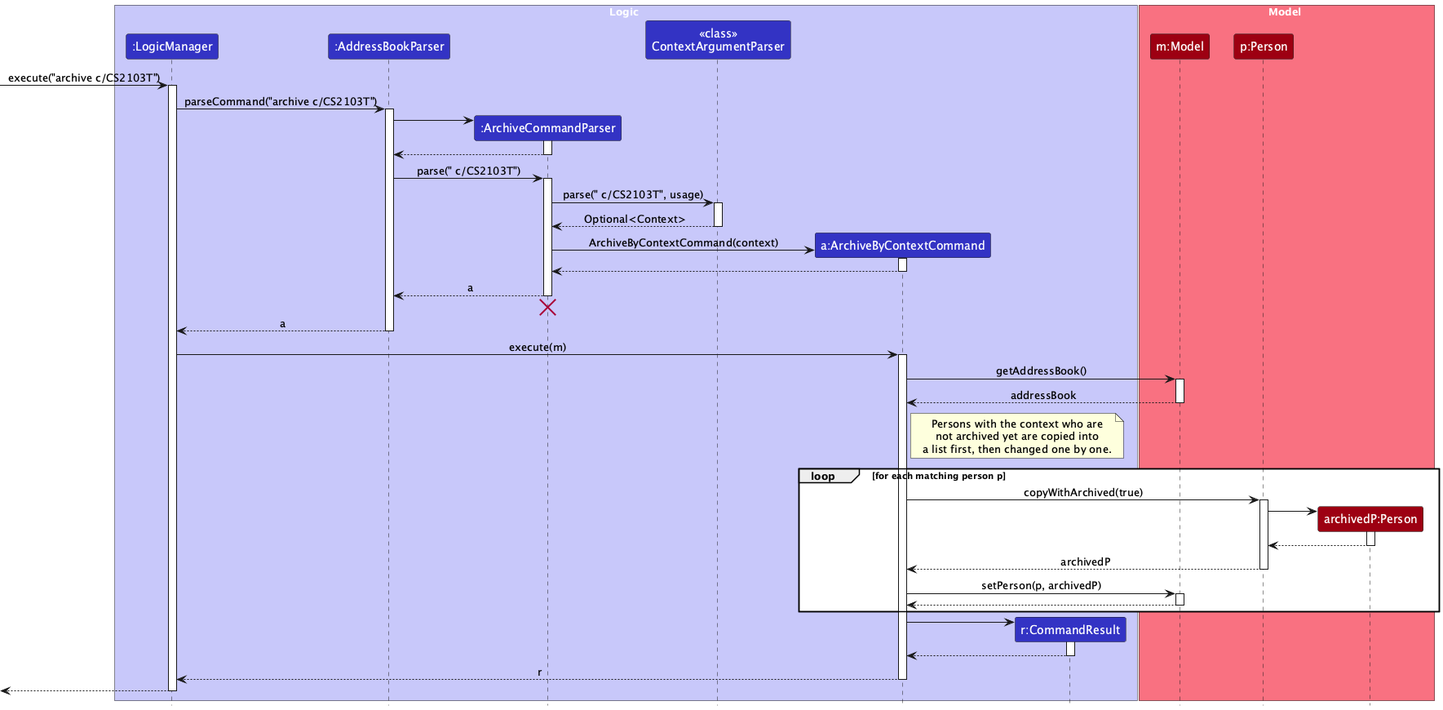
Earlier version of the PlantUML export docs/images/ArchiveByContextSequenceDiagram.png (AY2627S1-CS2103T-W10-2/tp).
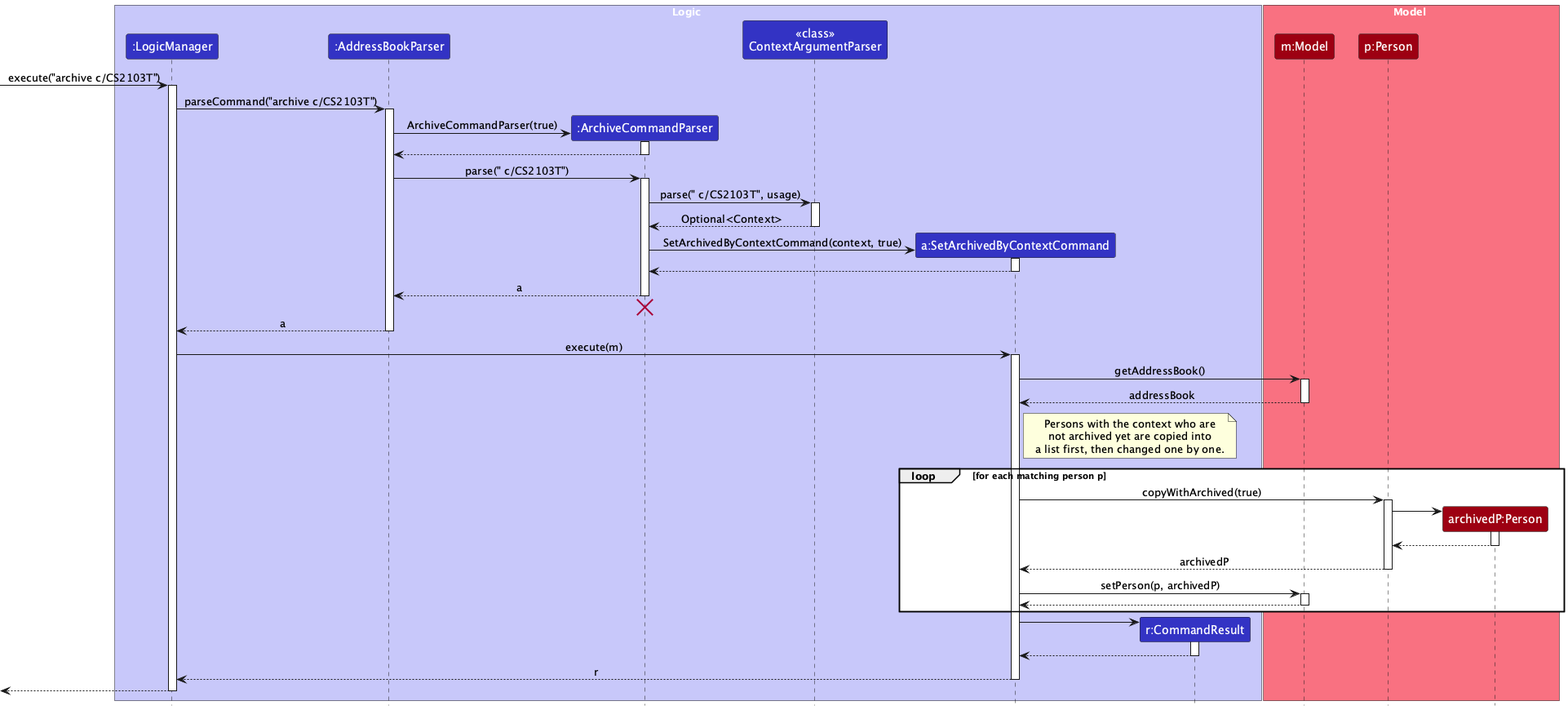
After the change.

Diff of the diagram source:
```diff
@@ -7,7 +7,7 @@
 participant ":AddressBookParser" as AddressBookParser LOGIC_COLOR
 participant ":ArchiveCommandParser" as ArchiveCommandParser LOGIC_COLOR
 participant "<<class>>\nContextArgumentParser" as ContextArgumentParser LOGIC_COLOR
-participant "a:ArchiveByContextCommand" as ArchiveByContextCommand LOGIC_COLOR
+participant "a:SetArchivedByContextCommand" as SetArchivedByContextCommand LOGIC_COLOR
 participant "r:CommandResult" as CommandResult LOGIC_COLOR
 end box
 
@@ -24,7 +24,7 @@
 activate AddressBookParser
 
 create ArchiveCommandParser
-AddressBookParser -> ArchiveCommandParser
+AddressBookParser -> ArchiveCommandParser : ArchiveCommandParser(true)
 activate ArchiveCommandParser
 
 ArchiveCommandParser --> AddressBookParser
@@ -39,12 +39,12 @@
 ContextArgumentParser --> ArchiveCommandParser : Optional<Context>
 deactivate ContextArgumentParser
 
-create ArchiveByContextCommand
-ArchiveCommandParser -> ArchiveByContextCommand : ArchiveByContextCommand(context)
-activate ArchiveByContextCommand
+create SetArchivedByContextCommand
+ArchiveCommandParser -> SetArchivedByContextCommand : SetArchivedByContextCommand(context, true)
+activate SetArchivedByContextCommand
 
-ArchiveByContextCommand --> ArchiveCommandParser
-deactivate ArchiveByContextCommand
+SetArchivedByContextCommand --> ArchiveCommandParser
+deactivate SetArchivedByContextCommand
 
 ArchiveCommandParser --> AddressBookParser : a
 deactivate ArchiveCommandParser
@@ -54,23 +54,23 @@
 AddressBookParser --> LogicManager : a
 deactivate AddressBookParser
 
-LogicManager -> ArchiveByContextCommand : execute(m)
-activate ArchiveByContextCommand
+LogicManager -> SetArchivedByContextCommand : execute(m)
+activate SetArchivedByContextCommand
 
-ArchiveByContextCommand -> Model : getAddressBook()
+SetArchivedByContextCommand -> Model : getAddressBook()
 activate Model
 
-Model --> ArchiveByContextCommand : addressBook
+Model --> SetArchivedByContextCommand : addressBook
 deactivate Model
 
-note right of ArchiveByContextCommand
+note right of SetArchivedByContextCommand
   Persons with the context who are
   not archived yet are copied into
   a list first, then changed one by one.
 end note
 
 loop for each matching person p
-    ArchiveByContextCommand -> Person : copyWithArchived(true)
+    SetArchivedByContextCommand -> Person : copyWithArchived(true)
     activate Person
 
     create ArchivedPerson
@@ -80,25 +80,25 @@
     ArchivedPerson --> Person
     deactivate ArchivedPerson
 
-    Person --> ArchiveByContextCommand : archivedP
+    Person --> SetArchivedByContextCommand : archivedP
     deactivate Person
 
-    ArchiveByContextCommand -> Model : setPerson(p, archivedP)
+    SetArchivedByContextCommand -> Model : setPerson(p, archivedP)
     activate Model
 
-    Model --> ArchiveByContextCommand
+    Model --> SetArchivedByContextCommand
     deactivate Model
 end
 
 create CommandResult
-ArchiveByContextCommand -> CommandResult
+SetArchivedByContextCommand -> CommandResult
 activate CommandResult
 
-CommandResult --> ArchiveByContextCommand
+CommandResult --> SetArchivedByContextCommand
 deactivate CommandResult
 
-ArchiveByContextCommand --> LogicManager : r
-deactivate ArchiveByContextCommand
+SetArchivedByContextCommand --> LogicManager : r
+deactivate SetArchivedByContextCommand
 
 [<--LogicManager
 deactivate LogicManager
```
